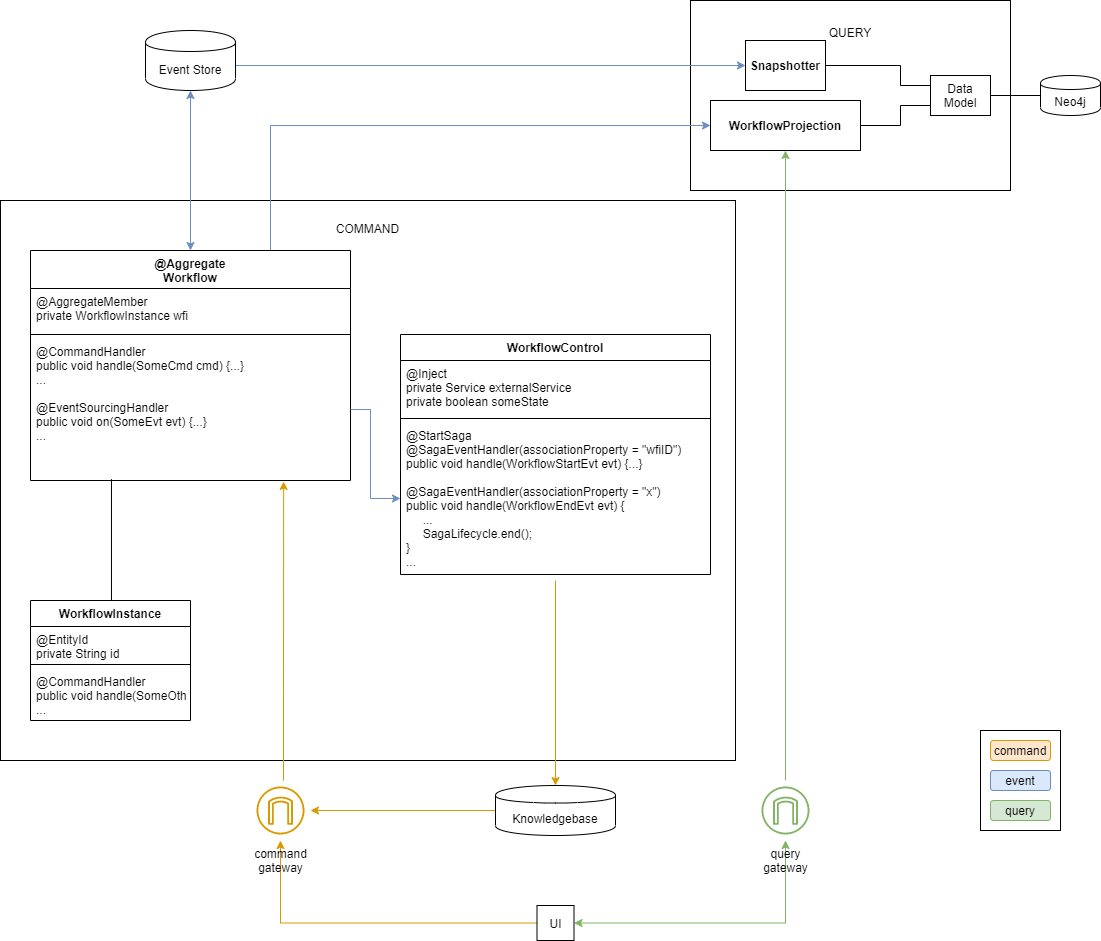
Above: architecture.PNG in jku-isse/c4s.CQRS-passiveworkflowengine (draw.io), before the change. Source tidied: cells renumbered, new cells last; positions are measured from the earlier drawing's top-left corner, leaving out a move shared by most shapes. Its diagram source:
```xml
<mxGraphModel>
  <root>
    <mxCell id="0" />
    <mxCell id="1" parent="0" />
    <mxCell id="2" value="COMMAND&lt;br&gt;&lt;br&gt;&lt;br&gt;&lt;br&gt;&lt;br&gt;&lt;br&gt;&lt;br&gt;&lt;br&gt;&lt;br&gt;&lt;br&gt;&lt;br&gt;&lt;br&gt;&lt;br&gt;&lt;br&gt;&lt;br&gt;&lt;br&gt;&lt;br&gt;&lt;br&gt;&lt;br&gt;&lt;br&gt;&lt;br&gt;&lt;br&gt;&lt;br&gt;&lt;br&gt;&lt;br&gt;&lt;br&gt;&lt;br&gt;&lt;br&gt;&lt;br&gt;&lt;br&gt;&lt;br&gt;&lt;br&gt;&lt;br&gt;&lt;br&gt;&lt;br&gt;&lt;br&gt;&lt;br&gt;" style="rounded=0;whiteSpace=wrap;html=1;gradientColor=none;align=center;" parent="1" vertex="1">
      <mxGeometry y="200" width="735" height="560" as="geometry" />
    </mxCell>
    <mxCell id="3" value="QUERY&lt;br&gt;&lt;br&gt;&lt;br&gt;&lt;br&gt;&lt;br&gt;&lt;br&gt;&lt;br&gt;&lt;br&gt;&lt;br&gt;&lt;br&gt;" style="rounded=0;whiteSpace=wrap;html=1;" parent="1" vertex="1">
      <mxGeometry x="690" width="320" height="190" as="geometry" />
    </mxCell>
    <mxCell id="4" style="edgeStyle=orthogonalEdgeStyle;rounded=0;jettySize=auto;html=1;entryX=0;entryY=0.75;entryDx=0;entryDy=0;startArrow=none;startFill=0;endArrow=none;endFill=0;" parent="1" edge="1" source="5" target="16">
      <mxGeometry relative="1" as="geometry">
        <Array as="points">
          <mxPoint x="900" y="125" />
          <mxPoint x="900" y="105" />
        </Array>
      </mxGeometry>
    </mxCell>
    <mxCell id="5" value="&lt;b&gt;WorkflowProjection&lt;/b&gt;" style="rounded=0;whiteSpace=wrap;html=1;" parent="1" vertex="1">
      <mxGeometry x="710" y="100" width="150" height="50" as="geometry" />
    </mxCell>
    <mxCell id="6" style="edgeStyle=orthogonalEdgeStyle;rounded=0;jettySize=auto;html=1;startArrow=classic;startFill=1;endArrow=none;endFill=0;fillColor=#ffe6cc;strokeColor=#d79b00;" parent="1" edge="1" source="8">
      <mxGeometry relative="1" as="geometry">
        <mxPoint x="555" y="580" as="targetPoint" />
      </mxGeometry>
    </mxCell>
    <mxCell id="7" style="edgeStyle=orthogonalEdgeStyle;rounded=0;jettySize=auto;html=1;startArrow=none;startFill=0;endArrow=classic;endFill=1;fillColor=#ffe6cc;strokeColor=#d79b00;" parent="1" edge="1" source="8" target="35">
      <mxGeometry relative="1" as="geometry" />
    </mxCell>
    <mxCell id="8" value="Knowledgebase" style="shape=cylinder;whiteSpace=wrap;html=1;boundedLbl=1;backgroundOutline=1;" parent="1" vertex="1">
      <mxGeometry x="495" y="785" width="120" height="50" as="geometry" />
    </mxCell>
    <mxCell id="9" style="edgeStyle=orthogonalEdgeStyle;rounded=0;jettySize=auto;html=1;endArrow=classic;endFill=1;startArrow=classic;startFill=1;fillColor=#d5e8d4;strokeColor=#82b366;" parent="1" edge="1" source="11" target="43">
      <mxGeometry relative="1" as="geometry" />
    </mxCell>
    <mxCell id="10" style="edgeStyle=orthogonalEdgeStyle;rounded=0;jettySize=auto;html=1;startArrow=none;startFill=0;endArrow=classic;endFill=1;fillColor=#ffe6cc;strokeColor=#d79b00;" parent="1" edge="1" source="11" target="35">
      <mxGeometry relative="1" as="geometry" />
    </mxCell>
    <mxCell id="11" value="UI" style="rounded=0;whiteSpace=wrap;html=1;" parent="1" vertex="1">
      <mxGeometry x="536.5" y="905" width="37" height="35" as="geometry" />
    </mxCell>
    <mxCell id="12" style="edgeStyle=orthogonalEdgeStyle;rounded=0;jettySize=auto;html=1;entryX=0;entryY=0.5;entryDx=0;entryDy=0;startArrow=none;startFill=0;endArrow=classic;endFill=1;fillColor=#dae8fc;strokeColor=#6c8ebf;exitX=1;exitY=0.5;exitDx=0;exitDy=0;" parent="1" edge="1" source="13" target="15">
      <mxGeometry relative="1" as="geometry">
        <Array as="points">
          <mxPoint x="235" y="65" />
        </Array>
      </mxGeometry>
    </mxCell>
    <mxCell id="13" value="Event Store" style="shape=cylinder;whiteSpace=wrap;html=1;boundedLbl=1;backgroundOutline=1;" parent="1" vertex="1">
      <mxGeometry x="145" y="30" width="90" height="60" as="geometry" />
    </mxCell>
    <mxCell id="14" style="edgeStyle=orthogonalEdgeStyle;rounded=0;jettySize=auto;html=1;entryX=0;entryY=0.25;entryDx=0;entryDy=0;startArrow=none;startFill=0;endArrow=none;endFill=0;" parent="1" edge="1" source="15" target="16">
      <mxGeometry relative="1" as="geometry">
        <Array as="points">
          <mxPoint x="900" y="65" />
          <mxPoint x="900" y="85" />
        </Array>
      </mxGeometry>
    </mxCell>
    <mxCell id="15" value="&lt;b&gt;Snapshotter&lt;/b&gt;" style="rounded=0;whiteSpace=wrap;html=1;" parent="1" vertex="1">
      <mxGeometry x="745" y="40" width="80" height="50" as="geometry" />
    </mxCell>
    <mxCell id="16" value="Data Model" style="rounded=0;whiteSpace=wrap;html=1;" parent="1" vertex="1">
      <mxGeometry x="930" y="75" width="60" height="40" as="geometry" />
    </mxCell>
    <mxCell id="17" style="edgeStyle=orthogonalEdgeStyle;rounded=0;jettySize=auto;html=1;entryX=1;entryY=0.5;entryDx=0;entryDy=0;startArrow=none;startFill=0;endArrow=none;endFill=0;" parent="1" edge="1" source="18" target="16">
      <mxGeometry relative="1" as="geometry" />
    </mxCell>
    <mxCell id="18" value="Neo4j" style="shape=cylinder;whiteSpace=wrap;html=1;boundedLbl=1;backgroundOutline=1;" parent="1" vertex="1">
      <mxGeometry x="1040" y="75" width="60" height="40" as="geometry" />
    </mxCell>
    <mxCell id="19" style="edgeStyle=orthogonalEdgeStyle;rounded=0;jettySize=auto;html=1;exitX=0.5;exitY=0;exitDx=0;exitDy=0;entryX=0.5;entryY=1;entryDx=0;entryDy=0;startArrow=classic;startFill=1;endArrow=classic;endFill=1;fillColor=#dae8fc;strokeColor=#6c8ebf;" parent="1" edge="1" source="21" target="13">
      <mxGeometry relative="1" as="geometry" />
    </mxCell>
    <mxCell id="20" style="edgeStyle=orthogonalEdgeStyle;rounded=0;jettySize=auto;html=1;exitX=0.75;exitY=0;exitDx=0;exitDy=0;entryX=0;entryY=0.5;entryDx=0;entryDy=0;startArrow=none;startFill=0;endArrow=classic;endFill=1;fillColor=#dae8fc;strokeColor=#6c8ebf;" parent="1" edge="1" source="21" target="5">
      <mxGeometry relative="1" as="geometry" />
    </mxCell>
    <mxCell id="21" value="@Aggregate&#10;Workflow" style="swimlane;fontStyle=1;align=center;verticalAlign=top;horizontal=1;startSize=38;" parent="1" vertex="1">
      <mxGeometry x="30" y="250" width="320" height="230" as="geometry" />
    </mxCell>
    <mxCell id="22" value="@AggregateMember&#10;private WorkflowInstance wfi" style="text;align=left;verticalAlign=top;spacingLeft=4;spacingRight=4;overflow=hidden;" parent="21" vertex="1">
      <mxGeometry y="38" width="320" height="42" as="geometry" />
    </mxCell>
    <mxCell id="23" style="line;strokeWidth=1;align=left;verticalAlign=middle;spacingTop=-1;spacingLeft=3;spacingRight=3;labelPosition=right;" parent="21" vertex="1">
      <mxGeometry y="80" width="320" height="8" as="geometry" />
    </mxCell>
    <mxCell id="24" value="@CommandHandler&#10;public void handle(SomeCmd cmd) {...}&#10;...&#10;&#10;@EventSourcingHandler&#10;public void on(SomeEvt evt) {...}&#10;..." style="text;align=left;verticalAlign=top;spacingLeft=4;spacingRight=4;overflow=hidden;points=[[0,0.5],[1,0.5]];portConstraint=eastwest;" parent="21" vertex="1">
      <mxGeometry y="88" width="320" height="142" as="geometry" />
    </mxCell>
    <mxCell id="25" value="WorkflowControl" style="swimlane;fontStyle=1;align=center;verticalAlign=top;horizontal=1;startSize=26;" parent="1" vertex="1">
      <mxGeometry x="400" y="334" width="310" height="240" as="geometry" />
    </mxCell>
    <mxCell id="26" value="@Inject&#10;private Service externalService&#10;private boolean someState&#10;" style="text;align=left;verticalAlign=top;spacingLeft=4;spacingRight=4;overflow=hidden;" parent="25" vertex="1">
      <mxGeometry y="26" width="310" height="54" as="geometry" />
    </mxCell>
    <mxCell id="27" style="line;strokeWidth=1;align=left;verticalAlign=middle;spacingTop=-1;spacingLeft=3;spacingRight=3;labelPosition=right;" parent="25" vertex="1">
      <mxGeometry y="80" width="310" height="8" as="geometry" />
    </mxCell>
    <mxCell id="28" value="@StartSaga&#10;@SagaEventHandler(associationProperty = &quot;wfiID&quot;)&#10;public void handle(WorkflowStartEvt evt) {...}&#10;&#10;@SagaEventHandler(associationProperty = &quot;x&quot;)&#10;public void handle(WorkflowEndEvt evt) {&#10;     ...&#10;     SagaLifecycle.end();&#10;}&#10;..." style="text;align=left;verticalAlign=top;spacingLeft=4;spacingRight=4;overflow=hidden;points=[[0,0.5],[1,0.5]];portConstraint=eastwest;" parent="25" vertex="1">
      <mxGeometry y="88" width="310" height="152" as="geometry" />
    </mxCell>
    <mxCell id="29" style="edgeStyle=orthogonalEdgeStyle;rounded=0;jettySize=auto;html=1;entryX=0.253;entryY=0.991;entryDx=0;entryDy=0;entryPerimeter=0;startArrow=none;startFill=0;endArrow=none;endFill=0;" parent="1" edge="1" source="30" target="24">
      <mxGeometry relative="1" as="geometry">
        <Array as="points">
          <mxPoint x="111" y="640" />
          <mxPoint x="111" y="640" />
        </Array>
      </mxGeometry>
    </mxCell>
    <mxCell id="30" value="WorkflowInstance" style="swimlane;fontStyle=1;align=center;verticalAlign=top;horizontal=1;startSize=26;" parent="1" vertex="1">
      <mxGeometry x="30" y="600" width="160" height="120" as="geometry" />
    </mxCell>
    <mxCell id="31" value="@EntityId&#10;private String id" style="text;align=left;verticalAlign=top;spacingLeft=4;spacingRight=4;overflow=hidden;" parent="30" vertex="1">
      <mxGeometry y="26" width="160" height="34" as="geometry" />
    </mxCell>
    <mxCell id="32" style="line;strokeWidth=1;align=left;verticalAlign=middle;spacingTop=-1;spacingLeft=3;spacingRight=3;labelPosition=right;" parent="30" vertex="1">
      <mxGeometry y="60" width="160" height="8" as="geometry" />
    </mxCell>
    <mxCell id="33" value="@CommandHandler&#10;public void handle(SomeOtherCmd cmd) {...}&#10;..." style="text;align=left;verticalAlign=top;spacingLeft=4;spacingRight=4;overflow=hidden;" parent="30" vertex="1">
      <mxGeometry y="68" width="160" height="52" as="geometry" />
    </mxCell>
    <mxCell id="34" style="edgeStyle=orthogonalEdgeStyle;rounded=0;jettySize=auto;html=1;entryX=0.791;entryY=1.007;entryDx=0;entryDy=0;entryPerimeter=0;startArrow=none;startFill=0;endArrow=classic;endFill=1;fillColor=#ffe6cc;strokeColor=#d79b00;" parent="1" edge="1" source="35" target="24">
      <mxGeometry relative="1" as="geometry">
        <Array as="points">
          <mxPoint x="283" y="690" />
          <mxPoint x="283" y="690" />
        </Array>
      </mxGeometry>
    </mxCell>
    <mxCell id="35" value="command&lt;br&gt;gateway" style="outlineConnect=0;strokeColor=#d79b00;fillColor=none;dashed=0;verticalLabelPosition=bottom;verticalAlign=top;align=center;html=1;fontSize=12;fontStyle=0;shape=mxgraph.aws4.resourceIcon;resIcon=mxgraph.aws4.internet_gateway;" parent="1" vertex="1">
      <mxGeometry x="250" y="780" width="60" height="60" as="geometry" />
    </mxCell>
    <mxCell id="36" style="edgeStyle=orthogonalEdgeStyle;rounded=0;jettySize=auto;html=1;entryX=0;entryY=0.5;entryDx=0;entryDy=0;startArrow=none;startFill=0;endArrow=classic;endFill=1;fillColor=#dae8fc;strokeColor=#6c8ebf;exitX=1;exitY=0.5;exitDx=0;exitDy=0;" parent="1" edge="1" source="24" target="28">
      <mxGeometry relative="1" as="geometry">
        <Array as="points">
          <mxPoint x="370" y="409" />
          <mxPoint x="370" y="498" />
        </Array>
      </mxGeometry>
    </mxCell>
    <mxCell id="37" style="group;" parent="1" vertex="1">
      <mxGeometry x="980" y="730" width="80" height="100" as="geometry" />
    </mxCell>
    <mxCell id="38" style="rounded=0;whiteSpace=wrap;html=1;gradientColor=none;align=center;" parent="37" vertex="1">
      <mxGeometry width="80" height="100" as="geometry" />
    </mxCell>
    <mxCell id="39" value="event" style="rounded=1;whiteSpace=wrap;html=1;align=center;fillColor=#dae8fc;strokeColor=#6c8ebf;" parent="37" vertex="1">
      <mxGeometry x="10" y="40" width="60" height="20" as="geometry" />
    </mxCell>
    <mxCell id="40" value="command" style="rounded=1;whiteSpace=wrap;html=1;align=center;fillColor=#ffe6cc;strokeColor=#d79b00;" parent="37" vertex="1">
      <mxGeometry x="10" y="10" width="60" height="20" as="geometry" />
    </mxCell>
    <mxCell id="41" value="query" style="rounded=1;whiteSpace=wrap;html=1;align=center;fillColor=#d5e8d4;strokeColor=#82b366;" parent="37" vertex="1">
      <mxGeometry x="10" y="70" width="60" height="20" as="geometry" />
    </mxCell>
    <mxCell id="42" style="edgeStyle=orthogonalEdgeStyle;rounded=0;jettySize=auto;html=1;entryX=0.5;entryY=1;entryDx=0;entryDy=0;startArrow=none;startFill=0;endArrow=classic;endFill=1;fillColor=#d5e8d4;strokeColor=#82b366;" parent="1" edge="1" source="43" target="5">
      <mxGeometry relative="1" as="geometry" />
    </mxCell>
    <mxCell id="43" value="query&lt;br&gt;gateway" style="outlineConnect=0;strokeColor=#82b366;fillColor=none;dashed=0;verticalLabelPosition=bottom;verticalAlign=top;align=center;html=1;fontSize=12;fontStyle=0;shape=mxgraph.aws4.resourceIcon;resIcon=mxgraph.aws4.internet_gateway;gradientColor=none;" parent="1" vertex="1">
      <mxGeometry x="755" y="780" width="60" height="60" as="geometry" />
    </mxCell>
  </root>
</mxGraphModel>
```
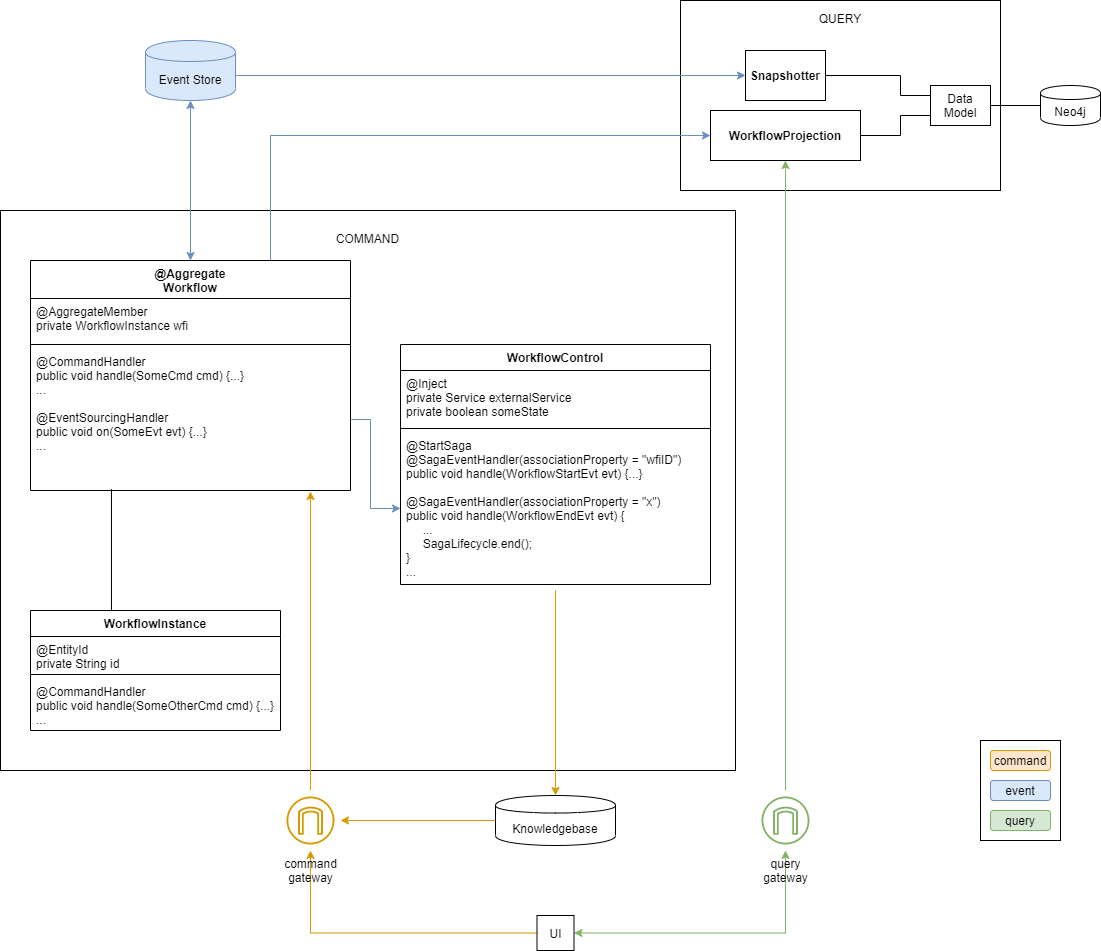
Above is the later version.

The edit, as a diff of the source:
```diff
@@ -5,8 +5,8 @@
     <mxCell id="2" value="COMMAND&lt;br&gt;&lt;br&gt;&lt;br&gt;&lt;br&gt;&lt;br&gt;&lt;br&gt;&lt;br&gt;&lt;br&gt;&lt;br&gt;&lt;br&gt;&lt;br&gt;&lt;br&gt;&lt;br&gt;&lt;br&gt;&lt;br&gt;&lt;br&gt;&lt;br&gt;&lt;br&gt;&lt;br&gt;&lt;br&gt;&lt;br&gt;&lt;br&gt;&lt;br&gt;&lt;br&gt;&lt;br&gt;&lt;br&gt;&lt;br&gt;&lt;br&gt;&lt;br&gt;&lt;br&gt;&lt;br&gt;&lt;br&gt;&lt;br&gt;&lt;br&gt;&lt;br&gt;&lt;br&gt;&lt;br&gt;" style="rounded=0;whiteSpace=wrap;html=1;gradientColor=none;align=center;" parent="1" vertex="1">
       <mxGeometry y="200" width="735" height="560" as="geometry" />
     </mxCell>
-    <mxCell id="3" value="QUERY&lt;br&gt;&lt;br&gt;&lt;br&gt;&lt;br&gt;&lt;br&gt;&lt;br&gt;&lt;br&gt;&lt;br&gt;&lt;br&gt;&lt;br&gt;" style="rounded=0;whiteSpace=wrap;html=1;" parent="1" vertex="1">
-      <mxGeometry x="690" width="320" height="190" as="geometry" />
+    <mxCell id="3" value="QUERY&lt;br&gt;&lt;br&gt;&lt;br&gt;&lt;br&gt;&lt;br&gt;&lt;br&gt;&lt;br&gt;&lt;br&gt;&lt;br&gt;&lt;br&gt;&lt;br&gt;&lt;br&gt;" style="rounded=0;whiteSpace=wrap;html=1;" parent="1" vertex="1">
+      <mxGeometry x="680" y="-10" width="320" height="190" as="geometry" />
     </mxCell>
     <mxCell id="4" style="edgeStyle=orthogonalEdgeStyle;rounded=0;jettySize=auto;html=1;entryX=0;entryY=0.75;entryDx=0;entryDy=0;startArrow=none;startFill=0;endArrow=none;endFill=0;" parent="1" edge="1" source="5" target="16">
       <mxGeometry relative="1" as="geometry">
@@ -46,7 +46,7 @@
         </Array>
       </mxGeometry>
     </mxCell>
-    <mxCell id="13" value="Event Store" style="shape=cylinder;whiteSpace=wrap;html=1;boundedLbl=1;backgroundOutline=1;" parent="1" vertex="1">
+    <mxCell id="13" value="Event Store" style="shape=cylinder;whiteSpace=wrap;html=1;boundedLbl=1;backgroundOutline=1;fillColor=#dae8fc;strokeColor=#6c8ebf;" parent="1" vertex="1">
       <mxGeometry x="145" y="30" width="90" height="60" as="geometry" />
     </mxCell>
     <mxCell id="14" style="edgeStyle=orthogonalEdgeStyle;rounded=0;jettySize=auto;html=1;entryX=0;entryY=0.25;entryDx=0;entryDy=0;startArrow=none;startFill=0;endArrow=none;endFill=0;" parent="1" edge="1" source="15" target="16">
@@ -108,27 +108,27 @@
       </mxGeometry>
     </mxCell>
     <mxCell id="30" value="WorkflowInstance" style="swimlane;fontStyle=1;align=center;verticalAlign=top;horizontal=1;startSize=26;" parent="1" vertex="1">
-      <mxGeometry x="30" y="600" width="160" height="120" as="geometry" />
+      <mxGeometry x="30" y="600" width="250" height="120" as="geometry" />
     </mxCell>
     <mxCell id="31" value="@EntityId&#10;private String id" style="text;align=left;verticalAlign=top;spacingLeft=4;spacingRight=4;overflow=hidden;" parent="30" vertex="1">
-      <mxGeometry y="26" width="160" height="34" as="geometry" />
+      <mxGeometry y="26" width="250" height="34" as="geometry" />
     </mxCell>
     <mxCell id="32" style="line;strokeWidth=1;align=left;verticalAlign=middle;spacingTop=-1;spacingLeft=3;spacingRight=3;labelPosition=right;" parent="30" vertex="1">
-      <mxGeometry y="60" width="160" height="8" as="geometry" />
+      <mxGeometry y="60" width="250" height="8" as="geometry" />
     </mxCell>
     <mxCell id="33" value="@CommandHandler&#10;public void handle(SomeOtherCmd cmd) {...}&#10;..." style="text;align=left;verticalAlign=top;spacingLeft=4;spacingRight=4;overflow=hidden;" parent="30" vertex="1">
-      <mxGeometry y="68" width="160" height="52" as="geometry" />
+      <mxGeometry y="68" width="250" height="52" as="geometry" />
     </mxCell>
-    <mxCell id="34" style="edgeStyle=orthogonalEdgeStyle;rounded=0;jettySize=auto;html=1;entryX=0.791;entryY=1.007;entryDx=0;entryDy=0;entryPerimeter=0;startArrow=none;startFill=0;endArrow=classic;endFill=1;fillColor=#ffe6cc;strokeColor=#d79b00;" parent="1" edge="1" source="35" target="24">
+    <mxCell id="34" style="edgeStyle=orthogonalEdgeStyle;rounded=0;jettySize=auto;html=1;startArrow=none;startFill=0;endArrow=classic;endFill=1;fillColor=#ffe6cc;strokeColor=#d79b00;" parent="1" edge="1" source="35">
       <mxGeometry relative="1" as="geometry">
+        <mxPoint x="310" y="481" as="targetPoint" />
         <Array as="points">
-          <mxPoint x="283" y="690" />
-          <mxPoint x="283" y="690" />
+          <mxPoint x="310" y="481" />
         </Array>
       </mxGeometry>
     </mxCell>
     <mxCell id="35" value="command&lt;br&gt;gateway" style="outlineConnect=0;strokeColor=#d79b00;fillColor=none;dashed=0;verticalLabelPosition=bottom;verticalAlign=top;align=center;html=1;fontSize=12;fontStyle=0;shape=mxgraph.aws4.resourceIcon;resIcon=mxgraph.aws4.internet_gateway;" parent="1" vertex="1">
-      <mxGeometry x="250" y="780" width="60" height="60" as="geometry" />
+      <mxGeometry x="280" y="780" width="60" height="60" as="geometry" />
     </mxCell>
     <mxCell id="36" style="edgeStyle=orthogonalEdgeStyle;rounded=0;jettySize=auto;html=1;entryX=0;entryY=0.5;entryDx=0;entryDy=0;startArrow=none;startFill=0;endArrow=classic;endFill=1;fillColor=#dae8fc;strokeColor=#6c8ebf;exitX=1;exitY=0.5;exitDx=0;exitDy=0;" parent="1" edge="1" source="24" target="28">
       <mxGeometry relative="1" as="geometry">
```
